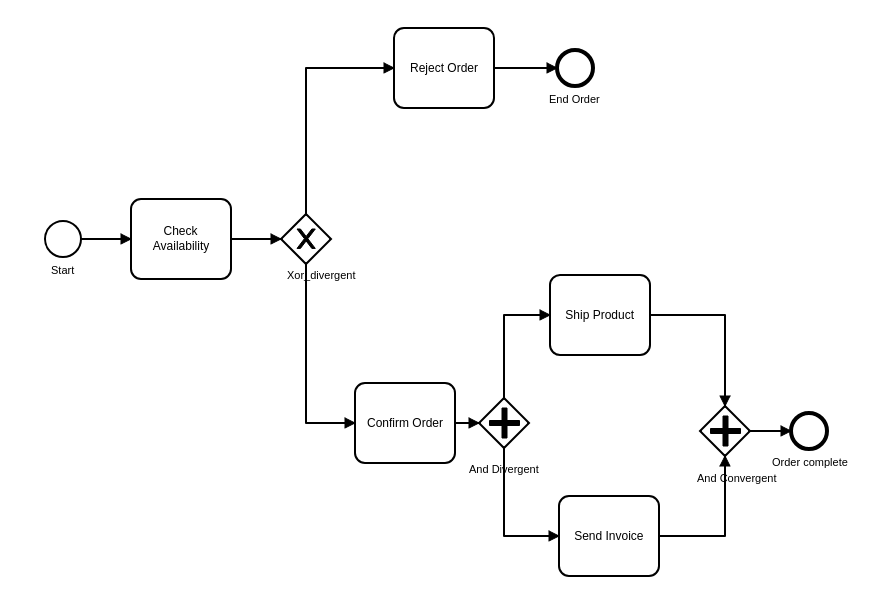
This is BPMN/product_ordering.png from codecasualty/MTP, a BPMN export, as it was before one commit. Its source is kept beside it as BPMN/product_ordering.bpmn. Ids are renumbered. The source it was exported from:
```xml
<bpmn:definitions xmlns:bpmn="http://www.omg.org/spec/BPMN/20100524/MODEL" xmlns:bpmndi="http://www.omg.org/spec/BPMN/20100524/DI" xmlns:di="http://www.omg.org/spec/DD/20100524/DI" xmlns:dc="http://www.omg.org/spec/DD/20100524/DC" id="Definitions_n1" targetNamespace="http://bpmn.io/schema/bpmn" exporter="Camunda Modeler" exporterVersion="2.2.4">
  <bpmn:process id="Process_1" isExecutable="true">
    <bpmn:startEvent id="StartEvent_1" name="Start">
      <bpmn:outgoing>SequenceFlow_n2</bpmn:outgoing>
    </bpmn:startEvent>
    <bpmn:task id="Task_n3" name="Check Availability">
      <bpmn:incoming>SequenceFlow_n2</bpmn:incoming>
      <bpmn:outgoing>SequenceFlow_n4</bpmn:outgoing>
    </bpmn:task>
    <bpmn:sequenceFlow id="SequenceFlow_n2" sourceRef="StartEvent_1" targetRef="Task_n3" />
    <bpmn:exclusiveGateway id="ExclusiveGateway_n5" name="Xor_divergent">
      <bpmn:incoming>SequenceFlow_n4</bpmn:incoming>
      <bpmn:outgoing>SequenceFlow_n6</bpmn:outgoing>
      <bpmn:outgoing>SequenceFlow_n7</bpmn:outgoing>
    </bpmn:exclusiveGateway>
    <bpmn:sequenceFlow id="SequenceFlow_n4" sourceRef="Task_n3" targetRef="ExclusiveGateway_n5" />
    <bpmn:task id="Task_n8" name="Reject Order">
      <bpmn:incoming>SequenceFlow_n6</bpmn:incoming>
      <bpmn:outgoing>SequenceFlow_n9</bpmn:outgoing>
    </bpmn:task>
    <bpmn:sequenceFlow id="SequenceFlow_n6" sourceRef="ExclusiveGateway_n5" targetRef="Task_n8" />
    <bpmn:task id="Task_n10" name="Confirm Order">
      <bpmn:incoming>SequenceFlow_n7</bpmn:incoming>
      <bpmn:outgoing>SequenceFlow_n11</bpmn:outgoing>
    </bpmn:task>
    <bpmn:sequenceFlow id="SequenceFlow_n7" sourceRef="ExclusiveGateway_n5" targetRef="Task_n10" />
    <bpmn:sequenceFlow id="SequenceFlow_n11" sourceRef="Task_n10" targetRef="ExclusiveGateway_n12" />
    <bpmn:parallelGateway id="ExclusiveGateway_n12" name="And Divergent">
      <bpmn:incoming>SequenceFlow_n11</bpmn:incoming>
      <bpmn:outgoing>SequenceFlow_n13</bpmn:outgoing>
      <bpmn:outgoing>SequenceFlow_n14</bpmn:outgoing>
    </bpmn:parallelGateway>
    <bpmn:task id="Task_n15" name="Ship Product">
      <bpmn:incoming>SequenceFlow_n13</bpmn:incoming>
      <bpmn:outgoing>SequenceFlow_n16</bpmn:outgoing>
    </bpmn:task>
    <bpmn:sequenceFlow id="SequenceFlow_n13" sourceRef="ExclusiveGateway_n12" targetRef="Task_n15" />
    <bpmn:task id="Task_n17" name="Send Invoice">
      <bpmn:incoming>SequenceFlow_n14</bpmn:incoming>
      <bpmn:outgoing>SequenceFlow_n18</bpmn:outgoing>
    </bpmn:task>
    <bpmn:sequenceFlow id="SequenceFlow_n14" sourceRef="ExclusiveGateway_n12" targetRef="Task_n17" />
    <bpmn:sequenceFlow id="SequenceFlow_n18" sourceRef="Task_n17" targetRef="ExclusiveGateway_n19" />
    <bpmn:sequenceFlow id="SequenceFlow_n16" sourceRef="Task_n15" targetRef="ExclusiveGateway_n19" />
    <bpmn:endEvent id="EndEvent_n20" name="Order complete">
      <bpmn:incoming>SequenceFlow_n21</bpmn:incoming>
    </bpmn:endEvent>
    <bpmn:sequenceFlow id="SequenceFlow_n21" sourceRef="ExclusiveGateway_n19" targetRef="EndEvent_n20" />
    <bpmn:endEvent id="EndEvent_n22" name="End Order">
      <bpmn:incoming>SequenceFlow_n9</bpmn:incoming>
    </bpmn:endEvent>
    <bpmn:sequenceFlow id="SequenceFlow_n9" sourceRef="Task_n8" targetRef="EndEvent_n22" />
    <bpmn:parallelGateway id="ExclusiveGateway_n19" name="And Convergent">
      <bpmn:incoming>SequenceFlow_n18</bpmn:incoming>
      <bpmn:incoming>SequenceFlow_n16</bpmn:incoming>
      <bpmn:outgoing>SequenceFlow_n21</bpmn:outgoing>
    </bpmn:parallelGateway>
  </bpmn:process>
  <bpmndi:BPMNDiagram id="BPMNDiagram_1">
    <bpmndi:BPMNPlane id="BPMNPlane_1" bpmnElement="Process_1">
      <bpmndi:BPMNShape id="_BPMNShape_StartEvent_2" bpmnElement="StartEvent_1">
        <dc:Bounds x="248" y="377" width="36" height="36" />
        <bpmndi:BPMNLabel>
          <dc:Bounds x="254" y="420" width="24" height="14" />
        </bpmndi:BPMNLabel>
      </bpmndi:BPMNShape>
      <bpmndi:BPMNShape id="Task_n3_di" bpmnElement="Task_n3">
        <dc:Bounds x="334" y="355" width="100" height="80" />
      </bpmndi:BPMNShape>
      <bpmndi:BPMNEdge id="SequenceFlow_n2_di" bpmnElement="SequenceFlow_n2">
        <di:waypoint x="284" y="395" />
        <di:waypoint x="334" y="395" />
      </bpmndi:BPMNEdge>
      <bpmndi:BPMNShape id="ExclusiveGateway_n5_di" bpmnElement="ExclusiveGateway_n5" isMarkerVisible="true">
        <dc:Bounds x="484" y="370" width="50" height="50" />
        <bpmndi:BPMNLabel>
          <dc:Bounds x="490" y="425" width="69" height="14" />
        </bpmndi:BPMNLabel>
      </bpmndi:BPMNShape>
      <bpmndi:BPMNEdge id="SequenceFlow_n4_di" bpmnElement="SequenceFlow_n4">
        <di:waypoint x="434" y="395" />
        <di:waypoint x="484" y="395" />
      </bpmndi:BPMNEdge>
      <bpmndi:BPMNShape id="Task_n8_di" bpmnElement="Task_n8">
        <dc:Bounds x="597" y="184" width="100" height="80" />
      </bpmndi:BPMNShape>
      <bpmndi:BPMNEdge id="SequenceFlow_n6_di" bpmnElement="SequenceFlow_n6">
        <di:waypoint x="509" y="370" />
        <di:waypoint x="509" y="224" />
        <di:waypoint x="597" y="224" />
      </bpmndi:BPMNEdge>
      <bpmndi:BPMNShape id="Task_n10_di" bpmnElement="Task_n10">
        <dc:Bounds x="558" y="539" width="100" height="80" />
      </bpmndi:BPMNShape>
      <bpmndi:BPMNEdge id="SequenceFlow_n7_di" bpmnElement="SequenceFlow_n7">
        <di:waypoint x="509" y="420" />
        <di:waypoint x="509" y="579" />
        <di:waypoint x="558" y="579" />
      </bpmndi:BPMNEdge>
      <bpmndi:BPMNEdge id="SequenceFlow_n11_di" bpmnElement="SequenceFlow_n11">
        <di:waypoint x="658" y="579" />
        <di:waypoint x="682" y="579" />
      </bpmndi:BPMNEdge>
      <bpmndi:BPMNShape id="ParallelGateway_1g13eaj_di" bpmnElement="ExclusiveGateway_n12">
        <dc:Bounds x="682" y="554" width="50" height="50" />
        <bpmndi:BPMNLabel>
          <dc:Bounds x="672" y="619" width="70" height="14" />
        </bpmndi:BPMNLabel>
      </bpmndi:BPMNShape>
      <bpmndi:BPMNShape id="Task_n15_di" bpmnElement="Task_n15">
        <dc:Bounds x="753" y="431" width="100" height="80" />
      </bpmndi:BPMNShape>
      <bpmndi:BPMNEdge id="SequenceFlow_n13_di" bpmnElement="SequenceFlow_n13">
        <di:waypoint x="707" y="554" />
        <di:waypoint x="707" y="471" />
        <di:waypoint x="753" y="471" />
      </bpmndi:BPMNEdge>
      <bpmndi:BPMNShape id="Task_n17_di" bpmnElement="Task_n17">
        <dc:Bounds x="762" y="652" width="100" height="80" />
      </bpmndi:BPMNShape>
      <bpmndi:BPMNEdge id="SequenceFlow_n14_di" bpmnElement="SequenceFlow_n14">
        <di:waypoint x="707" y="604" />
        <di:waypoint x="707" y="692" />
        <di:waypoint x="762" y="692" />
      </bpmndi:BPMNEdge>
      <bpmndi:BPMNEdge id="SequenceFlow_n18_di" bpmnElement="SequenceFlow_n18">
        <di:waypoint x="862" y="692" />
        <di:waypoint x="928" y="692" />
        <di:waypoint x="928" y="612" />
      </bpmndi:BPMNEdge>
      <bpmndi:BPMNEdge id="SequenceFlow_n16_di" bpmnElement="SequenceFlow_n16">
        <di:waypoint x="853" y="471" />
        <di:waypoint x="928" y="471" />
        <di:waypoint x="928" y="562" />
      </bpmndi:BPMNEdge>
      <bpmndi:BPMNShape id="EndEvent_n20_di" bpmnElement="EndEvent_n20">
        <dc:Bounds x="994" y="569" width="36" height="36" />
        <bpmndi:BPMNLabel>
          <dc:Bounds x="975" y="612" width="76" height="14" />
        </bpmndi:BPMNLabel>
      </bpmndi:BPMNShape>
      <bpmndi:BPMNEdge id="SequenceFlow_n21_di" bpmnElement="SequenceFlow_n21">
        <di:waypoint x="953" y="587" />
        <di:waypoint x="994" y="587" />
      </bpmndi:BPMNEdge>
      <bpmndi:BPMNShape id="EndEvent_n22_di" bpmnElement="EndEvent_n22">
        <dc:Bounds x="760" y="206" width="36" height="36" />
        <bpmndi:BPMNLabel>
          <dc:Bounds x="752" y="249" width="52" height="14" />
        </bpmndi:BPMNLabel>
      </bpmndi:BPMNShape>
      <bpmndi:BPMNEdge id="SequenceFlow_n9_di" bpmnElement="SequenceFlow_n9">
        <di:waypoint x="697" y="224" />
        <di:waypoint x="760" y="224" />
      </bpmndi:BPMNEdge>
      <bpmndi:BPMNShape id="ParallelGateway_0edco6x_di" bpmnElement="ExclusiveGateway_n19">
        <dc:Bounds x="903" y="562" width="50" height="50" />
        <bpmndi:BPMNLabel>
          <dc:Bounds x="900" y="628" width="79" height="14" />
        </bpmndi:BPMNLabel>
      </bpmndi:BPMNShape>
    </bpmndi:BPMNPlane>
  </bpmndi:BPMNDiagram>
</bpmn:definitions>
```
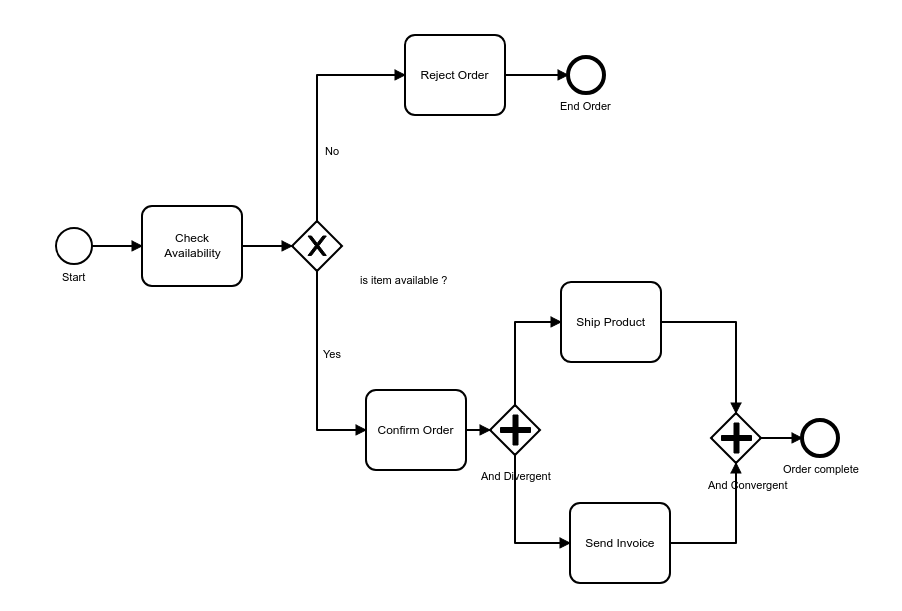
Above is the later version.

The edit, as a diff of the source:
```diff
@@ -8,7 +8,7 @@
       <bpmn:outgoing>SequenceFlow_n4</bpmn:outgoing>
     </bpmn:task>
     <bpmn:sequenceFlow id="SequenceFlow_n2" sourceRef="StartEvent_1" targetRef="Task_n3" />
-    <bpmn:exclusiveGateway id="ExclusiveGateway_n5" name="Xor_divergent">
+    <bpmn:exclusiveGateway id="ExclusiveGateway_n5" name="is item available ?">
       <bpmn:incoming>SequenceFlow_n4</bpmn:incoming>
       <bpmn:outgoing>SequenceFlow_n6</bpmn:outgoing>
       <bpmn:outgoing>SequenceFlow_n7</bpmn:outgoing>
@@ -18,12 +18,12 @@
       <bpmn:incoming>SequenceFlow_n6</bpmn:incoming>
       <bpmn:outgoing>SequenceFlow_n9</bpmn:outgoing>
     </bpmn:task>
-    <bpmn:sequenceFlow id="SequenceFlow_n6" sourceRef="ExclusiveGateway_n5" targetRef="Task_n8" />
+    <bpmn:sequenceFlow id="SequenceFlow_n6" name="No" sourceRef="ExclusiveGateway_n5" targetRef="Task_n8" />
     <bpmn:task id="Task_n10" name="Confirm Order">
       <bpmn:incoming>SequenceFlow_n7</bpmn:incoming>
       <bpmn:outgoing>SequenceFlow_n11</bpmn:outgoing>
     </bpmn:task>
-    <bpmn:sequenceFlow id="SequenceFlow_n7" sourceRef="ExclusiveGateway_n5" targetRef="Task_n10" />
+    <bpmn:sequenceFlow id="SequenceFlow_n7" name="Yes" sourceRef="ExclusiveGateway_n5" targetRef="Task_n10" />
     <bpmn:sequenceFlow id="SequenceFlow_n11" sourceRef="Task_n10" targetRef="ExclusiveGateway_n12" />
     <bpmn:parallelGateway id="ExclusiveGateway_n12" name="And Divergent">
       <bpmn:incoming>SequenceFlow_n11</bpmn:incoming>
@@ -74,7 +74,7 @@
       <bpmndi:BPMNShape id="ExclusiveGateway_n5_di" bpmnElement="ExclusiveGateway_n5" isMarkerVisible="true">
         <dc:Bounds x="484" y="370" width="50" height="50" />
         <bpmndi:BPMNLabel>
-          <dc:Bounds x="490" y="425" width="69" height="14" />
+          <dc:Bounds x="552" y="423" width="88" height="14" />
         </bpmndi:BPMNLabel>
       </bpmndi:BPMNShape>
       <bpmndi:BPMNEdge id="SequenceFlow_n4_di" bpmnElement="SequenceFlow_n4">
@@ -88,6 +88,9 @@
         <di:waypoint x="509" y="370" />
         <di:waypoint x="509" y="224" />
         <di:waypoint x="597" y="224" />
+        <bpmndi:BPMNLabel>
+          <dc:Bounds x="517" y="294" width="14" height="14" />
+        </bpmndi:BPMNLabel>
       </bpmndi:BPMNEdge>
       <bpmndi:BPMNShape id="Task_n10_di" bpmnElement="Task_n10">
         <dc:Bounds x="558" y="539" width="100" height="80" />
@@ -96,6 +99,9 @@
         <di:waypoint x="509" y="420" />
         <di:waypoint x="509" y="579" />
         <di:waypoint x="558" y="579" />
+        <bpmndi:BPMNLabel>
+          <dc:Bounds x="515" y="497" width="19" height="14" />
+        </bpmndi:BPMNLabel>
       </bpmndi:BPMNEdge>
       <bpmndi:BPMNEdge id="SequenceFlow_n11_di" bpmnElement="SequenceFlow_n11">
         <di:waypoint x="658" y="579" />
```
